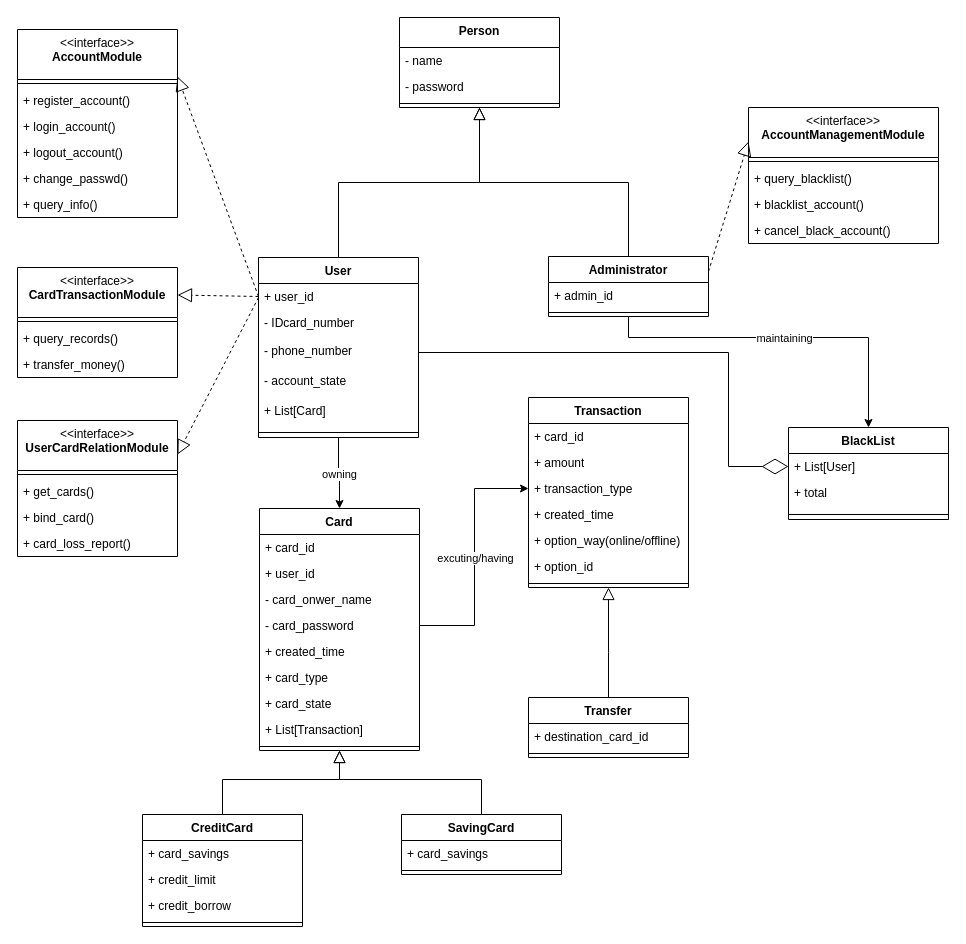
Above: .drawio in LeChatelier-Lenz/Impel-Down (draw.io), before the change. Source tidied: cells renumbered, new cells numbered last; positions are measured from the earlier drawing's top-left corner, leaving out a move shared by most shapes. Both pictures are drawn from the tidied source at 100%, with x=0, y=0 at pixel (17, 17).
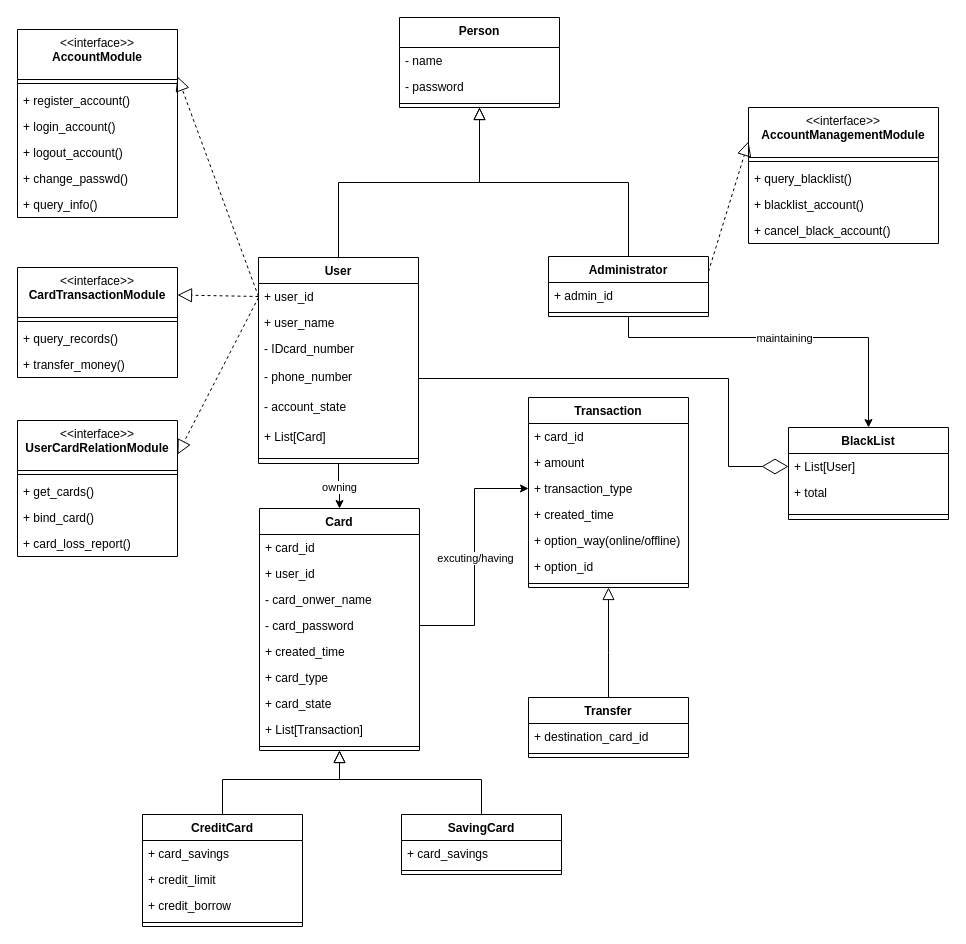
The same page after the edit.

Change to the diagram source:
```diff
@@
     <mxCell id="6" value="User" style="swimlane;fontStyle=1;align=center;verticalAlign=top;horizontal=1;startSize=26;rounded=0;shadow=0;strokeWidth=1;" parent="1" vertex="1">
-      <mxGeometry x="241" y="240" width="160" height="180" as="geometry" />
+      <mxGeometry x="241" y="240" width="160" height="206" as="geometry" />
     </mxCell>
@@
+    <mxCell id="86" value="+ user_name" style="text;align=left;verticalAlign=top;spacingLeft=4;spacingRight=4;overflow=hidden;" parent="6" vertex="1">
+      <mxGeometry y="52" width="160" height="26" as="geometry" />
+    </mxCell>
     <mxCell id="8" value="- IDcard_number&#10;" style="text;align=left;verticalAlign=top;spacingLeft=4;spacingRight=4;overflow=hidden;rounded=0;shadow=0;html=0;" parent="6" vertex="1">
-      <mxGeometry y="52" width="160" height="28" as="geometry" />
+      <mxGeometry y="78" width="160" height="28" as="geometry" />
     </mxCell>
     <mxCell id="9" value="- phone_number&#10;" style="text;align=left;verticalAlign=top;spacingLeft=4;spacingRight=4;overflow=hidden;points=[[0,0.5],[1,0.5]];portConstraint=eastwest;rounded=0;shadow=0;html=0;" parent="6" vertex="1">
-      <mxGeometry y="80" width="160" height="30" as="geometry" />
+      <mxGeometry y="106" width="160" height="30" as="geometry" />
     </mxCell>
     <mxCell id="10" value="- account_state&#10;" style="text;align=left;verticalAlign=top;spacingLeft=4;spacingRight=4;overflow=hidden;rounded=0;shadow=0;html=0;" parent="6" vertex="1">
-      <mxGeometry y="110" width="160" height="30" as="geometry" />
+      <mxGeometry y="136" width="160" height="30" as="geometry" />
     </mxCell>
     <mxCell id="11" value="+ List[Card]&#10;" style="text;align=left;verticalAlign=top;spacingLeft=4;spacingRight=4;overflow=hidden;rounded=0;shadow=0;html=0;" parent="6" vertex="1">
-      <mxGeometry y="140" width="160" height="30" as="geometry" />
+      <mxGeometry y="166" width="160" height="30" as="geometry" />
     </mxCell>
     <mxCell id="12" style="line;html=1;strokeWidth=1;align=left;verticalAlign=middle;spacingTop=-1;spacingLeft=3;spacingRight=3;labelPosition=right;" parent="6" vertex="1">
-      <mxGeometry y="170" width="160" height="10" as="geometry" />
+      <mxGeometry y="196" width="160" height="10" as="geometry" />
     </mxCell>
```
